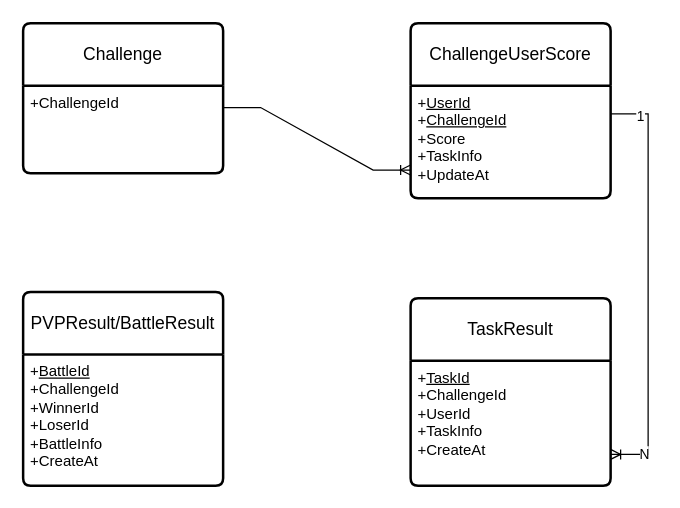
Earlier version of the draw.io diagram page "ER Diagram" (1 of 6) of PVP OOTD.drawio (yaohuiwu/SimpleFS). Source tidied: cells renumbered, new cells numbered last; positions are measured from the earlier drawing's top-left corner, leaving out a move shared by most shapes. Both pictures are drawn from the tidied source at 125%, with x=0, y=0 at pixel (22, 22).
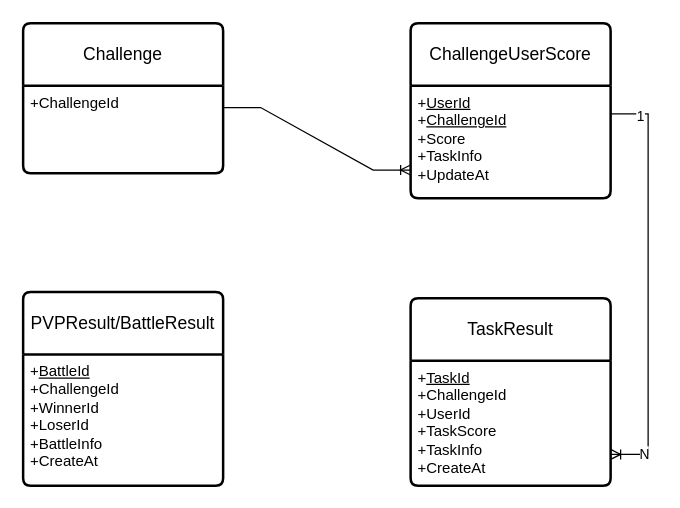
The same diagram, later.

What changed in the source:
```diff
@@
 <mxGraphModel>
   <root>
     <mxCell id="0" />
     <mxCell id="1" parent="0" />
     <mxCell id="2" value="Challenge" style="swimlane;horizontal=1;startSize=50;rounded=1;fontSize=14;fontStyle=0;strokeWidth=2;shadow=0;dashed=0;align=center;arcSize=4;whiteSpace=wrap;html=1;" parent="1" vertex="1">
       <mxGeometry width="160" height="120" as="geometry" />
     </mxCell>
     <mxCell id="3" value="+ChallengeId" style="align=left;strokeColor=none;fillColor=none;spacingLeft=4;fontSize=12;verticalAlign=top;html=1;" parent="2" vertex="1">
       <mxGeometry y="50" width="160" height="70" as="geometry" />
     </mxCell>
     <mxCell id="4" value="ChallengeUserScore" style="swimlane;horizontal=1;startSize=50;rounded=1;fontSize=14;fontStyle=0;strokeWidth=2;shadow=0;dashed=0;align=center;arcSize=4;whiteSpace=wrap;html=1;" parent="1" vertex="1">
       <mxGeometry x="310" width="160" height="140" as="geometry" />
     </mxCell>
     <mxCell id="5" value="+&lt;u&gt;UserId&lt;/u&gt;&lt;br&gt;+&lt;u&gt;ChallengeId&lt;/u&gt;&lt;br&gt;+Score&lt;br&gt;+TaskInfo&lt;br&gt;+UpdateAt" style="align=left;strokeColor=none;fillColor=none;spacingLeft=4;fontSize=12;verticalAlign=top;html=1;" parent="4" vertex="1">
       <mxGeometry y="50" width="160" height="90" as="geometry" />
     </mxCell>
     <mxCell id="6" value="TaskResult" style="swimlane;horizontal=1;startSize=50;rounded=1;fontSize=14;fontStyle=0;strokeWidth=2;shadow=0;dashed=0;align=center;arcSize=4;whiteSpace=wrap;html=1;" parent="1" vertex="1">
       <mxGeometry x="310" y="220" width="160" height="150" as="geometry" />
     </mxCell>
-    <mxCell id="7" value="+&lt;u&gt;TaskId&lt;/u&gt;&lt;br&gt;+ChallengeId&lt;br&gt;+UserId&lt;br&gt;+TaskInfo&lt;br&gt;+CreateAt" style="align=left;strokeColor=none;fillColor=none;spacingLeft=4;fontSize=12;verticalAlign=top;html=1;" parent="6" vertex="1">
+    <mxCell id="7" value="+&lt;u&gt;TaskId&lt;/u&gt;&lt;br&gt;+ChallengeId&lt;br&gt;+UserId&lt;br&gt;+TaskScore&lt;br&gt;+TaskInfo&lt;br&gt;+CreateAt" style="align=left;strokeColor=none;fillColor=none;spacingLeft=4;fontSize=12;verticalAlign=top;html=1;" parent="6" vertex="1">
       <mxGeometry y="50" width="160" height="100" as="geometry" />
     </mxCell>
     <mxCell id="8" value="PVPResult/BattleResult" style="swimlane;horizontal=1;startSize=50;rounded=1;fontSize=14;fontStyle=0;strokeWidth=2;shadow=0;dashed=0;align=center;arcSize=4;whiteSpace=wrap;html=1;" parent="1" vertex="1">
       <mxGeometry y="215" width="160" height="155" as="geometry" />
     </mxCell>
     <mxCell id="9" value="+&lt;u&gt;BattleId&lt;/u&gt;&lt;br&gt;+ChallengeId&lt;br&gt;+WinnerId&lt;br&gt;+LoserId&lt;br&gt;+BattleInfo&lt;br&gt;+CreateAt" style="align=left;strokeColor=none;fillColor=none;spacingLeft=4;fontSize=12;verticalAlign=top;html=1;" parent="8" vertex="1">
       <mxGeometry y="50" width="160" height="105" as="geometry" />
     </mxCell>
     <mxCell id="10" style="edgeStyle=entityRelationEdgeStyle;fontSize=12;html=1;endArrow=ERoneToMany;rounded=0;entryX=1;entryY=0.75;entryDx=0;entryDy=0;exitX=1;exitY=0.25;exitDx=0;exitDy=0;" parent="1" edge="1" source="5" target="7">
       <mxGeometry relative="1" as="geometry">
         <Array as="points">
           <mxPoint x="570" y="310" />
           <mxPoint x="520" y="140" />
           <mxPoint x="560" y="160" />
           <mxPoint x="600" y="120" />
           <mxPoint x="570" y="120" />
           <mxPoint x="600" y="250" />
           <mxPoint x="570" y="310" />
         </Array>
       </mxGeometry>
     </mxCell>
     <mxCell id="11" value="1" style="edgeLabel;html=1;align=center;verticalAlign=middle;" parent="10" vertex="1">
       <mxGeometry x="-0.86" y="-2" relative="1" as="geometry" />
     </mxCell>
     <mxCell id="12" value="N" style="edgeLabel;html=1;align=center;verticalAlign=middle;" parent="10" vertex="1">
       <mxGeometry x="0.84" y="-1" relative="1" as="geometry" />
     </mxCell>
     <mxCell id="13" style="edgeStyle=entityRelationEdgeStyle;fontSize=12;html=1;endArrow=ERoneToMany;rounded=0;exitX=1;exitY=0.25;exitDx=0;exitDy=0;entryX=0;entryY=0.75;entryDx=0;entryDy=0;" parent="1" edge="1" source="3" target="5">
       <mxGeometry relative="1" as="geometry" />
     </mxCell>
   </root>
 </mxGraphModel>
```
